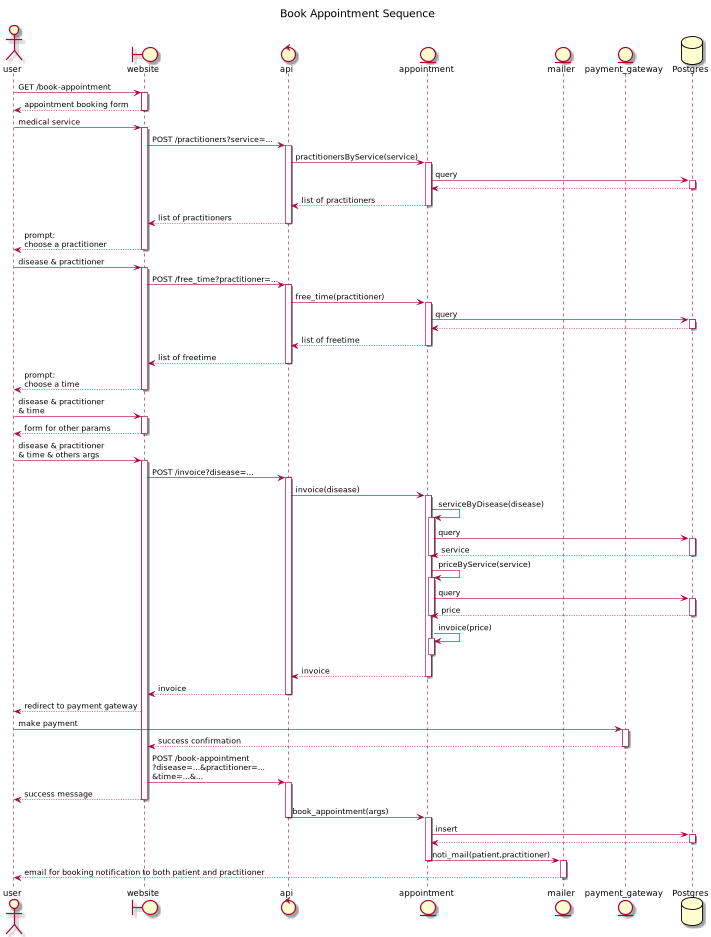
tdnguyen6/hms-PERN keeps this PlantUML diagram as src/client/public/docs/diagrams/out/sequence_book_appointment.png. Above is the earlier version.
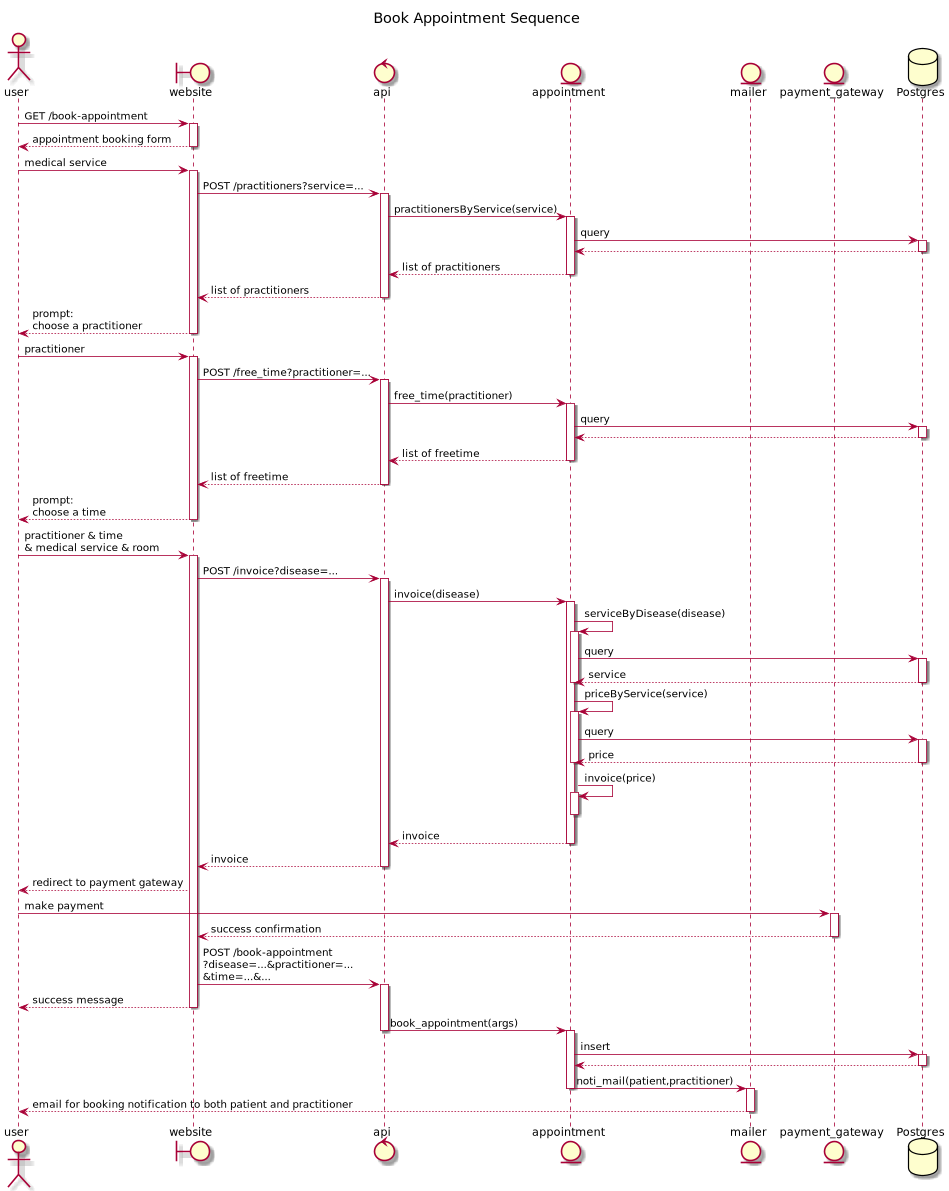
The same file after the commit.

The edit, as a diff of the source:
```diff
@@ -21,7 +21,7 @@
 return list of practitioners
 return prompt:\nchoose a practitioner
 
-U -> W++:  disease & practitioner
+U -> W++:  practitioner
 W -> api++: POST /free_time?practitioner=...
 api -> A++: free_time(practitioner)
 A -> P++: query
@@ -30,10 +30,7 @@
 return list of freetime
 return prompt:\nchoose a time
 
-U -> W++: disease & practitioner\n& time
-return form for other params
-
-U -> W++:  disease & practitioner\n& time & others args
+U -> W++: practitioner & time \n& medical service & room
 W -> api++: POST /invoice?disease=...
 api -> A++: invoice(disease)
 A -> A++: serviceByDisease(disease)
```
